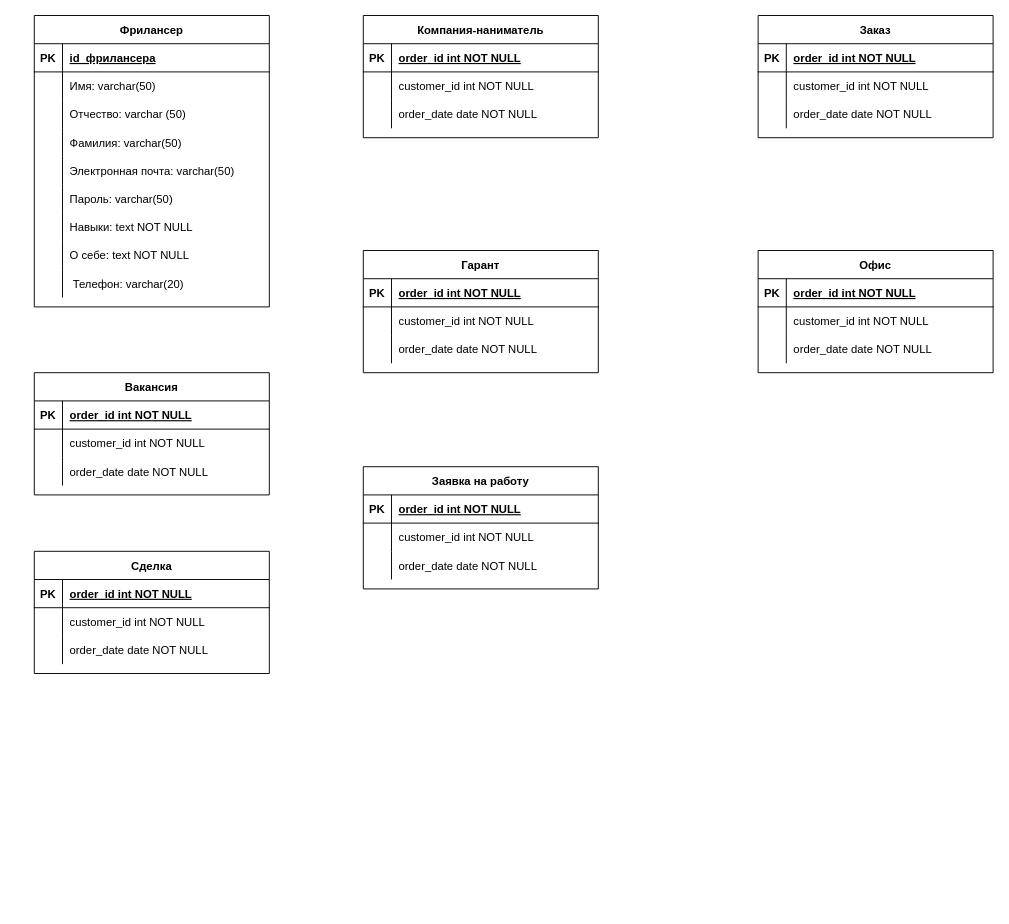
Before: Диаграмма без названия.drawio in jbvcdfhjkjnvccdesszxchiokk/pythonProject, a draw.io diagram. Source tidied: cells renumbered, new cells numbered last; positions are measured from the earlier drawing's top-left corner, leaving out a move shared by most shapes. Both pictures are drawn from the tidied source at 94%, with x=0, y=0 at pixel (34, 15).
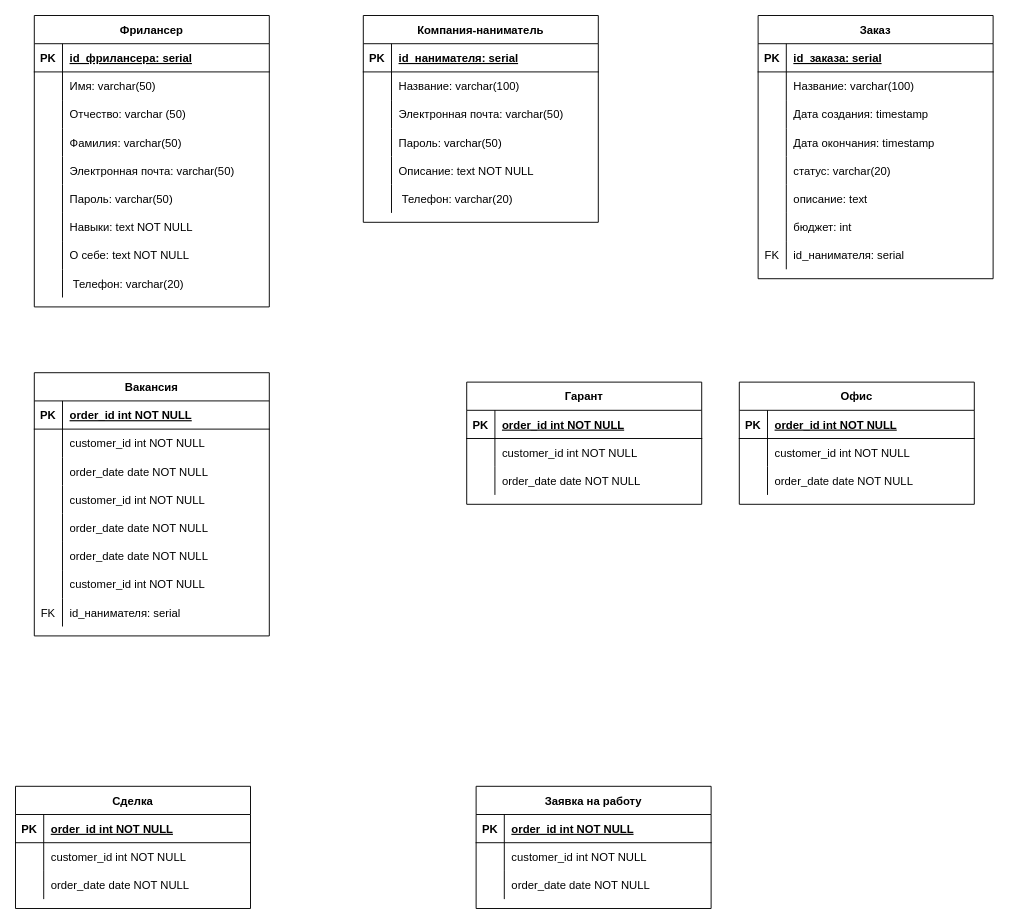
After the change.

Unchanged cells that the change refers to:
```xml
<mxCell id="3" style="shape=partialRectangle;fillColor=none;top=0;left=0;right=0;bottom=1;" parent="2" vertex="1">
  <mxGeometry y="30" width="250" height="30" as="geometry" />
</mxCell>
<mxCell id="6" style="shape=partialRectangle;fillColor=none;top=0;left=0;right=0;bottom=0;" parent="2" vertex="1">
  <mxGeometry y="60" width="250" height="30" as="geometry" />
</mxCell>
<mxCell id="9" style="shape=partialRectangle;fillColor=none;top=0;left=0;right=0;bottom=0;" parent="2" vertex="1">
  <mxGeometry y="90" width="250" height="30" as="geometry" />
</mxCell>
<mxCell id="63" style="shape=partialRectangle;fillColor=none;top=0;left=0;right=0;bottom=1;" parent="62" vertex="1">
  <mxGeometry y="30" width="250" height="30" as="geometry" />
</mxCell>
<mxCell id="66" style="shape=partialRectangle;fillColor=none;top=0;left=0;right=0;bottom=0;" parent="62" vertex="1">
  <mxGeometry y="60" width="250" height="30" as="geometry" />
</mxCell>
<mxCell id="69" style="shape=partialRectangle;fillColor=none;top=0;left=0;right=0;bottom=0;" parent="62" vertex="1">
  <mxGeometry y="90" width="250" height="30" as="geometry" />
</mxCell>
<mxCell id="73" style="shape=partialRectangle;fillColor=none;top=0;left=0;right=0;bottom=1;" parent="72" vertex="1">
  <mxGeometry y="30" width="250" height="30" as="geometry" />
</mxCell>
```

The edit, as a diff of the source:
```diff
@@
     <mxCell id="2" value="Компания-наниматель" style="shape=table;startSize=30;childLayout=tableLayout;rowLines=0;fontStyle=1;align=center;" parent="1" vertex="1">
-      <mxGeometry x="350" width="250" height="130" as="geometry" />
+      <mxGeometry x="350" width="250" height="220" as="geometry" />
     </mxCell>
@@
-    <mxCell id="5" value="order_id int NOT NULL " style="shape=partialRectangle;overflow=hidden;fillColor=none;top=0;left=0;bottom=0;right=0;align=left;spacingLeft=6;fontStyle=5;" parent="3" vertex="1">
+    <mxCell id="5" value="id_нанимателя: serial" style="shape=partialRectangle;overflow=hidden;fillColor=none;top=0;left=0;bottom=0;right=0;align=left;spacingLeft=6;fontStyle=5;" parent="3" vertex="1">
       <mxGeometry x="30" width="220" height="30" as="geometry" />
     </mxCell>
@@
-    <mxCell id="8" value="customer_id int NOT NULL" style="shape=partialRectangle;overflow=hidden;fillColor=none;top=0;left=0;bottom=0;right=0;align=left;spacingLeft=6;" parent="6" vertex="1">
+    <mxCell id="8" value="Название: varchar(100)" style="shape=partialRectangle;overflow=hidden;fillColor=none;top=0;left=0;bottom=0;right=0;align=left;spacingLeft=6;" parent="6" vertex="1">
       <mxGeometry x="30" width="220" height="30" as="geometry" />
     </mxCell>
@@
-    <mxCell id="11" value="order_date date NOT NULL" style="shape=partialRectangle;overflow=hidden;fillColor=none;top=0;left=0;bottom=0;right=0;align=left;spacingLeft=6;" parent="9" vertex="1">
+    <mxCell id="11" value="Электронная почта: varchar(50)" style="shape=partialRectangle;overflow=hidden;fillColor=none;top=0;left=0;bottom=0;right=0;align=left;spacingLeft=6;" parent="9" vertex="1">
       <mxGeometry x="30" width="220" height="30" as="geometry" />
     </mxCell>
+    <mxCell id="100" style="shape=partialRectangle;fillColor=none;top=0;left=0;right=0;bottom=0;" parent="2" vertex="1">
+      <mxGeometry y="120" width="250" height="30" as="geometry" />
+    </mxCell>
+    <mxCell id="101" style="shape=partialRectangle;overflow=hidden;fillColor=none;top=0;left=0;bottom=0;right=0;" parent="100" vertex="1">
+      <mxGeometry width="30" height="30" as="geometry" />
+    </mxCell>
+    <mxCell id="102" value="Пароль: varchar(50)" style="shape=partialRectangle;overflow=hidden;fillColor=none;top=0;left=0;bottom=0;right=0;align=left;spacingLeft=6;" parent="100" vertex="1">
+      <mxGeometry x="30" width="220" height="30" as="geometry" />
+    </mxCell>
+    <mxCell id="103" style="shape=partialRectangle;fillColor=none;top=0;left=0;right=0;bottom=0;" parent="2" vertex="1">
+      <mxGeometry y="150" width="250" height="30" as="geometry" />
+    </mxCell>
+    <mxCell id="104" style="shape=partialRectangle;overflow=hidden;fillColor=none;top=0;left=0;bottom=0;right=0;" parent="103" vertex="1">
+      <mxGeometry width="30" height="30" as="geometry" />
+    </mxCell>
+    <mxCell id="105" value="Описание: text NOT NULL" style="shape=partialRectangle;overflow=hidden;fillColor=none;top=0;left=0;bottom=0;right=0;align=left;spacingLeft=6;" parent="103" vertex="1">
+      <mxGeometry x="30" width="220" height="30" as="geometry" />
+    </mxCell>
+    <mxCell id="106" style="shape=partialRectangle;fillColor=none;top=0;left=0;right=0;bottom=0;" parent="2" vertex="1">
+      <mxGeometry y="180" width="250" height="30" as="geometry" />
+    </mxCell>
+    <mxCell id="107" style="shape=partialRectangle;overflow=hidden;fillColor=none;top=0;left=0;bottom=0;right=0;" parent="106" vertex="1">
+      <mxGeometry width="30" height="30" as="geometry" />
+    </mxCell>
+    <mxCell id="108" value=" Телефон: varchar(20)" style="shape=partialRectangle;overflow=hidden;fillColor=none;top=0;left=0;bottom=0;right=0;align=left;spacingLeft=6;" parent="106" vertex="1">
+      <mxGeometry x="30" width="220" height="30" as="geometry" />
+    </mxCell>
     <mxCell id="12" value="Заявка на работу" style="shape=table;startSize=30;childLayout=tableLayout;rowLines=0;fontStyle=1;align=center;" parent="1" vertex="1">
-      <mxGeometry x="350" y="480" width="250" height="130" as="geometry" />
+      <mxGeometry x="470" y="820" width="250" height="130" as="geometry" />
     </mxCell>
@@
     <mxCell id="22" value="Сделка" style="shape=table;startSize=30;childLayout=tableLayout;rowLines=0;fontStyle=1;align=center;" parent="1" vertex="1">
-      <mxGeometry y="570" width="250" height="130" as="geometry" />
+      <mxGeometry x="-20" y="820" width="250" height="130" as="geometry" />
     </mxCell>
@@
     <mxCell id="32" value="Офис" style="shape=table;startSize=30;childLayout=tableLayout;rowLines=0;fontStyle=1;align=center;" parent="1" vertex="1">
-      <mxGeometry x="770" y="250" width="250" height="130" as="geometry" />
+      <mxGeometry x="750" y="390" width="250" height="130" as="geometry" />
     </mxCell>
@@
     <mxCell id="42" value="Гарант" style="shape=table;startSize=30;childLayout=tableLayout;rowLines=0;fontStyle=1;align=center;" parent="1" vertex="1">
-      <mxGeometry x="350" y="250" width="250" height="130" as="geometry" />
+      <mxGeometry x="460" y="390" width="250" height="130" as="geometry" />
     </mxCell>
@@
     <mxCell id="52" value="Вакансия" style="shape=table;startSize=30;childLayout=tableLayout;rowLines=0;fontStyle=1;align=center;" parent="1" vertex="1">
-      <mxGeometry y="380" width="250" height="130" as="geometry" />
+      <mxGeometry y="380" width="250" height="280" as="geometry" />
     </mxCell>
@@
+    <mxCell id="109" style="shape=partialRectangle;fillColor=none;top=0;left=0;right=0;bottom=0;" parent="52" vertex="1">
+      <mxGeometry y="120" width="250" height="30" as="geometry" />
+    </mxCell>
+    <mxCell id="110" style="shape=partialRectangle;overflow=hidden;fillColor=none;top=0;left=0;bottom=0;right=0;" parent="109" vertex="1">
+      <mxGeometry width="30" height="30" as="geometry" />
+    </mxCell>
+    <mxCell id="111" value="customer_id int NOT NULL" style="shape=partialRectangle;overflow=hidden;fillColor=none;top=0;left=0;bottom=0;right=0;align=left;spacingLeft=6;" parent="109" vertex="1">
+      <mxGeometry x="30" width="220" height="30" as="geometry" />
+    </mxCell>
+    <mxCell id="112" style="shape=partialRectangle;fillColor=none;top=0;left=0;right=0;bottom=0;" parent="52" vertex="1">
+      <mxGeometry y="150" width="250" height="30" as="geometry" />
+    </mxCell>
+    <mxCell id="113" style="shape=partialRectangle;overflow=hidden;fillColor=none;top=0;left=0;bottom=0;right=0;" parent="112" vertex="1">
+      <mxGeometry width="30" height="30" as="geometry" />
+    </mxCell>
+    <mxCell id="114" value="order_date date NOT NULL" style="shape=partialRectangle;overflow=hidden;fillColor=none;top=0;left=0;bottom=0;right=0;align=left;spacingLeft=6;" parent="112" vertex="1">
+      <mxGeometry x="30" width="220" height="30" as="geometry" />
+    </mxCell>
+    <mxCell id="115" style="shape=partialRectangle;fillColor=none;top=0;left=0;right=0;bottom=0;" parent="52" vertex="1">
+      <mxGeometry y="180" width="250" height="30" as="geometry" />
+    </mxCell>
+    <mxCell id="116" style="shape=partialRectangle;overflow=hidden;fillColor=none;top=0;left=0;bottom=0;right=0;" parent="115" vertex="1">
+      <mxGeometry width="30" height="30" as="geometry" />
+    </mxCell>
+    <mxCell id="117" value="order_date date NOT NULL" style="shape=partialRectangle;overflow=hidden;fillColor=none;top=0;left=0;bottom=0;right=0;align=left;spacingLeft=6;" parent="115" vertex="1">
+      <mxGeometry x="30" width="220" height="30" as="geometry" />
+    </mxCell>
+    <mxCell id="118" style="shape=partialRectangle;fillColor=none;top=0;left=0;right=0;bottom=0;" parent="52" vertex="1">
+      <mxGeometry y="210" width="250" height="30" as="geometry" />
+    </mxCell>
+    <mxCell id="119" style="shape=partialRectangle;overflow=hidden;fillColor=none;top=0;left=0;bottom=0;right=0;" parent="118" vertex="1">
+      <mxGeometry width="30" height="30" as="geometry" />
+    </mxCell>
+    <mxCell id="120" value="customer_id int NOT NULL" style="shape=partialRectangle;overflow=hidden;fillColor=none;top=0;left=0;bottom=0;right=0;align=left;spacingLeft=6;" parent="118" vertex="1">
+      <mxGeometry x="30" width="220" height="30" as="geometry" />
+    </mxCell>
+    <mxCell id="121" style="shape=partialRectangle;fillColor=none;top=0;left=0;right=0;bottom=0;" parent="52" vertex="1">
+      <mxGeometry y="240" width="250" height="30" as="geometry" />
+    </mxCell>
+    <mxCell id="122" value="FK" style="shape=partialRectangle;overflow=hidden;fillColor=none;top=0;left=0;bottom=0;right=0;" parent="121" vertex="1">
+      <mxGeometry width="30" height="30" as="geometry" />
+    </mxCell>
+    <mxCell id="123" value="id_нанимателя: serial" style="shape=partialRectangle;overflow=hidden;fillColor=none;top=0;left=0;bottom=0;right=0;align=left;spacingLeft=6;" parent="121" vertex="1">
+      <mxGeometry x="30" width="220" height="30" as="geometry" />
+    </mxCell>
     <mxCell id="62" value="Заказ" style="shape=table;startSize=30;childLayout=tableLayout;rowLines=0;fontStyle=1;align=center;" parent="1" vertex="1">
-      <mxGeometry x="770" width="250" height="130" as="geometry" />
+      <mxGeometry x="770" width="250" height="280" as="geometry" />
     </mxCell>
@@
-    <mxCell id="65" value="order_id int NOT NULL " style="shape=partialRectangle;overflow=hidden;fillColor=none;top=0;left=0;bottom=0;right=0;align=left;spacingLeft=6;fontStyle=5;" parent="63" vertex="1">
+    <mxCell id="65" value="id_заказа: serial" style="shape=partialRectangle;overflow=hidden;fillColor=none;top=0;left=0;bottom=0;right=0;align=left;spacingLeft=6;fontStyle=5;" parent="63" vertex="1">
       <mxGeometry x="30" width="220" height="30" as="geometry" />
     </mxCell>
@@
-    <mxCell id="68" value="customer_id int NOT NULL" style="shape=partialRectangle;overflow=hidden;fillColor=none;top=0;left=0;bottom=0;right=0;align=left;spacingLeft=6;" parent="66" vertex="1">
+    <mxCell id="68" value="Название: varchar(100)" style="shape=partialRectangle;overflow=hidden;fillColor=none;top=0;left=0;bottom=0;right=0;align=left;spacingLeft=6;" parent="66" vertex="1">
       <mxGeometry x="30" width="220" height="30" as="geometry" />
     </mxCell>
@@
-    <mxCell id="71" value="order_date date NOT NULL" style="shape=partialRectangle;overflow=hidden;fillColor=none;top=0;left=0;bottom=0;right=0;align=left;spacingLeft=6;" parent="69" vertex="1">
+    <mxCell id="71" value="Дата создания: timestamp" style="shape=partialRectangle;overflow=hidden;fillColor=none;top=0;left=0;bottom=0;right=0;align=left;spacingLeft=6;" parent="69" vertex="1">
       <mxGeometry x="30" width="220" height="30" as="geometry" />
     </mxCell>
+    <mxCell id="124" style="shape=partialRectangle;fillColor=none;top=0;left=0;right=0;bottom=0;" parent="62" vertex="1">
+      <mxGeometry y="120" width="250" height="30" as="geometry" />
+    </mxCell>
+    <mxCell id="125" style="shape=partialRectangle;overflow=hidden;fillColor=none;top=0;left=0;bottom=0;right=0;" parent="124" vertex="1">
+      <mxGeometry width="30" height="30" as="geometry" />
+    </mxCell>
+    <mxCell id="126" value="Дата окончания: timestamp" style="shape=partialRectangle;overflow=hidden;fillColor=none;top=0;left=0;bottom=0;right=0;align=left;spacingLeft=6;" parent="124" vertex="1">
+      <mxGeometry x="30" width="220" height="30" as="geometry" />
+    </mxCell>
+    <mxCell id="127" style="shape=partialRectangle;fillColor=none;top=0;left=0;right=0;bottom=0;" parent="62" vertex="1">
+      <mxGeometry y="150" width="250" height="30" as="geometry" />
+    </mxCell>
+    <mxCell id="128" style="shape=partialRectangle;overflow=hidden;fillColor=none;top=0;left=0;bottom=0;right=0;" parent="127" vertex="1">
+      <mxGeometry width="30" height="30" as="geometry" />
+    </mxCell>
+    <mxCell id="129" value="статус: varchar(20)" style="shape=partialRectangle;overflow=hidden;fillColor=none;top=0;left=0;bottom=0;right=0;align=left;spacingLeft=6;" parent="127" vertex="1">
+      <mxGeometry x="30" width="220" height="30" as="geometry" />
+    </mxCell>
+    <mxCell id="130" style="shape=partialRectangle;fillColor=none;top=0;left=0;right=0;bottom=0;" parent="62" vertex="1">
+      <mxGeometry y="180" width="250" height="30" as="geometry" />
+    </mxCell>
+    <mxCell id="131" style="shape=partialRectangle;overflow=hidden;fillColor=none;top=0;left=0;bottom=0;right=0;" parent="130" vertex="1">
+      <mxGeometry width="30" height="30" as="geometry" />
+    </mxCell>
+    <mxCell id="132" value="описание: text" style="shape=partialRectangle;overflow=hidden;fillColor=none;top=0;left=0;bottom=0;right=0;align=left;spacingLeft=6;" parent="130" vertex="1">
+      <mxGeometry x="30" width="220" height="30" as="geometry" />
+    </mxCell>
+    <mxCell id="133" style="shape=partialRectangle;fillColor=none;top=0;left=0;right=0;bottom=0;" parent="62" vertex="1">
+      <mxGeometry y="210" width="250" height="30" as="geometry" />
+    </mxCell>
+    <mxCell id="134" style="shape=partialRectangle;overflow=hidden;fillColor=none;top=0;left=0;bottom=0;right=0;" parent="133" vertex="1">
+      <mxGeometry width="30" height="30" as="geometry" />
+    </mxCell>
+    <mxCell id="135" value="бюджет: int" style="shape=partialRectangle;overflow=hidden;fillColor=none;top=0;left=0;bottom=0;right=0;align=left;spacingLeft=6;" parent="133" vertex="1">
+      <mxGeometry x="30" width="220" height="30" as="geometry" />
+    </mxCell>
+    <mxCell id="136" style="shape=partialRectangle;fillColor=none;top=0;left=0;right=0;bottom=0;" parent="62" vertex="1">
+      <mxGeometry y="240" width="250" height="30" as="geometry" />
+    </mxCell>
+    <mxCell id="137" value="FK" style="shape=partialRectangle;overflow=hidden;fillColor=none;top=0;left=0;bottom=0;right=0;" parent="136" vertex="1">
+      <mxGeometry width="30" height="30" as="geometry" />
+    </mxCell>
+    <mxCell id="138" value="id_нанимателя: serial" style="shape=partialRectangle;overflow=hidden;fillColor=none;top=0;left=0;bottom=0;right=0;align=left;spacingLeft=6;" parent="136" vertex="1">
+      <mxGeometry x="30" width="220" height="30" as="geometry" />
+    </mxCell>
@@
-    <mxCell id="75" value="id_фрилансера" style="shape=partialRectangle;overflow=hidden;fillColor=none;top=0;left=0;bottom=0;right=0;align=left;spacingLeft=6;fontStyle=5;" parent="73" vertex="1">
+    <mxCell id="75" value="id_фрилансера: serial" style="shape=partialRectangle;overflow=hidden;fillColor=none;top=0;left=0;bottom=0;right=0;align=left;spacingLeft=6;fontStyle=5;" parent="73" vertex="1">
       <mxGeometry x="30" width="220" height="30" as="geometry" />
     </mxCell>
```
